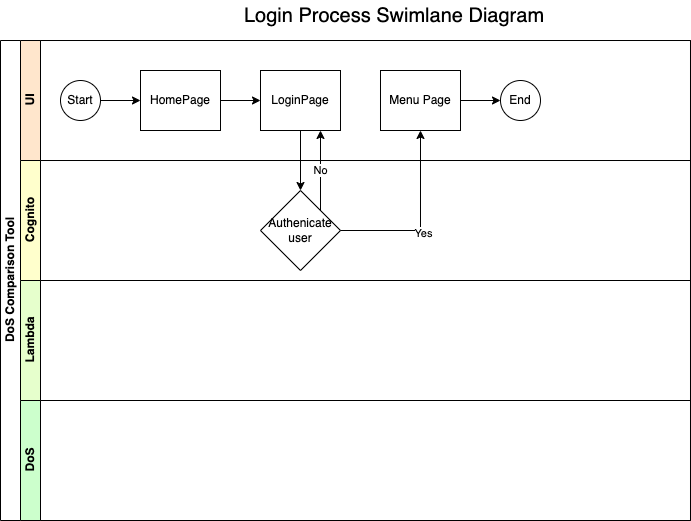
This is documentation/diagrams/processes/Login-Process.drawio.png from nhsd-exeter/dos-comparison-tool, a draw.io export, as it was before one commit. Source tidied: cells renumbered, new cells last; positions are measured from the earlier drawing's top-left corner, leaving out a move shared by most shapes.
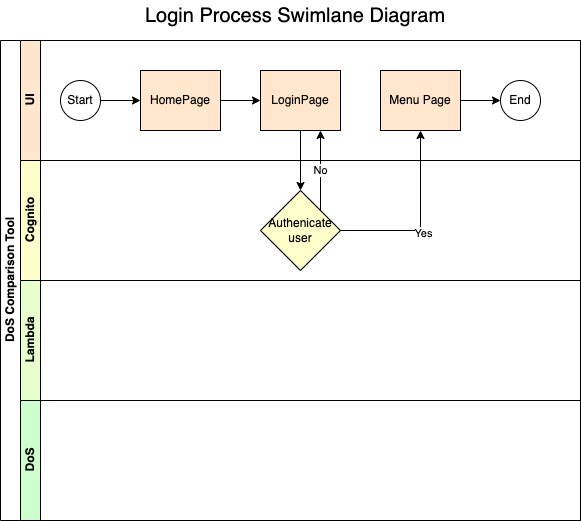
Later version of the same file.

Change to the diagram source:
```diff
@@ -3,10 +3,10 @@
     <mxCell id="0" />
     <mxCell id="1" parent="0" />
     <mxCell id="2" value="DoS Comparison Tool" style="swimlane;html=1;horizontal=0;startSize=20;" parent="1" vertex="1">
-      <mxGeometry y="40" width="690" height="480" as="geometry" />
+      <mxGeometry y="40" width="580" height="480" as="geometry" />
     </mxCell>
     <mxCell id="3" value="UI" style="swimlane;html=1;startSize=20;horizontal=0;fillColor=#FFE6CC;" parent="2" vertex="1">
-      <mxGeometry x="20" width="670" height="120" as="geometry" />
+      <mxGeometry x="20" width="560" height="120" as="geometry" />
     </mxCell>
     <mxCell id="4" style="edgeStyle=orthogonalEdgeStyle;rounded=0;jettySize=auto;html=1;" parent="3" edge="1" source="5" target="7">
       <mxGeometry relative="1" as="geometry" />
@@ -17,32 +17,32 @@
     <mxCell id="6" style="edgeStyle=none;html=1;" parent="3" edge="1" source="7" target="8">
       <mxGeometry relative="1" as="geometry" />
     </mxCell>
-    <mxCell id="7" value="HomePage" style="rounded=0;whiteSpace=wrap;html=1;fontFamily=Helvetica;fontSize=12;fontColor=#000000;align=center;" parent="3" vertex="1">
+    <mxCell id="7" value="HomePage" style="rounded=0;whiteSpace=wrap;html=1;fontFamily=Helvetica;fontSize=12;fontColor=#000000;align=center;fillColor=#FFE6CC;" parent="3" vertex="1">
       <mxGeometry x="120" y="30" width="80" height="60" as="geometry" />
     </mxCell>
-    <mxCell id="8" value="LoginPage" style="rounded=0;whiteSpace=wrap;html=1;fontFamily=Helvetica;fontSize=12;fontColor=#000000;align=center;" parent="3" vertex="1">
+    <mxCell id="8" value="LoginPage" style="rounded=0;whiteSpace=wrap;html=1;fontFamily=Helvetica;fontSize=12;fontColor=#000000;align=center;fillColor=#FFE6CC;" parent="3" vertex="1">
       <mxGeometry x="240" y="30" width="80" height="60" as="geometry" />
     </mxCell>
     <mxCell id="9" style="edgeStyle=orthogonalEdgeStyle;rounded=0;html=1;fontSize=20;" parent="3" edge="1" source="10" target="11">
       <mxGeometry relative="1" as="geometry" />
     </mxCell>
-    <mxCell id="10" value="Menu Page" style="rounded=0;whiteSpace=wrap;html=1;fontFamily=Helvetica;fontSize=12;fontColor=#000000;align=center;" parent="3" vertex="1">
+    <mxCell id="10" value="Menu Page" style="rounded=0;whiteSpace=wrap;html=1;fontFamily=Helvetica;fontSize=12;fontColor=#000000;align=center;fillColor=#FFE6CC;" parent="3" vertex="1">
       <mxGeometry x="360" y="30" width="80" height="60" as="geometry" />
     </mxCell>
     <mxCell id="11" value="End" style="ellipse;whiteSpace=wrap;html=1;" parent="3" vertex="1">
       <mxGeometry x="480" y="40" width="40" height="40" as="geometry" />
     </mxCell>
     <mxCell id="12" value="Cognito" style="swimlane;html=1;startSize=20;horizontal=0;fillColor=#FFFFCC;" parent="2" vertex="1">
-      <mxGeometry x="20" y="120" width="670" height="120" as="geometry" />
+      <mxGeometry x="20" y="120" width="560" height="120" as="geometry" />
     </mxCell>
-    <mxCell id="13" value="&lt;span&gt;Authenicate user&lt;/span&gt;" style="rhombus;whiteSpace=wrap;html=1;" parent="12" vertex="1">
+    <mxCell id="13" value="&lt;span&gt;Authenicate user&lt;/span&gt;" style="rhombus;whiteSpace=wrap;html=1;fillColor=#FFFFCC;" parent="12" vertex="1">
       <mxGeometry x="240" y="30" width="80" height="80" as="geometry" />
     </mxCell>
     <mxCell id="14" value="Lambda" style="swimlane;html=1;startSize=20;horizontal=0;fillColor=#E6FFCC;" parent="2" vertex="1">
-      <mxGeometry x="20" y="240" width="670" height="120" as="geometry" />
+      <mxGeometry x="20" y="240" width="560" height="120" as="geometry" />
     </mxCell>
     <mxCell id="15" value="DoS" style="swimlane;html=1;startSize=20;horizontal=0;fillColor=#CCFFCC;" parent="2" vertex="1">
-      <mxGeometry x="20" y="360" width="670" height="120" as="geometry" />
+      <mxGeometry x="20" y="360" width="560" height="120" as="geometry" />
     </mxCell>
     <mxCell id="16" style="edgeStyle=orthogonalEdgeStyle;html=1;rounded=0;" parent="2" edge="1" source="8" target="13">
       <mxGeometry relative="1" as="geometry" />
@@ -59,7 +59,7 @@
       </mxGeometry>
     </mxCell>
     <mxCell id="20" value="Login Process Swimlane Diagram" style="text;html=1;strokeColor=none;fillColor=none;align=center;verticalAlign=middle;whiteSpace=wrap;rounded=0;fontSize=20;" parent="1" vertex="1">
-      <mxGeometry x="239" width="310" height="30" as="geometry" />
+      <mxGeometry x="140" width="310" height="30" as="geometry" />
     </mxCell>
   </root>
 </mxGraphModel>
```
